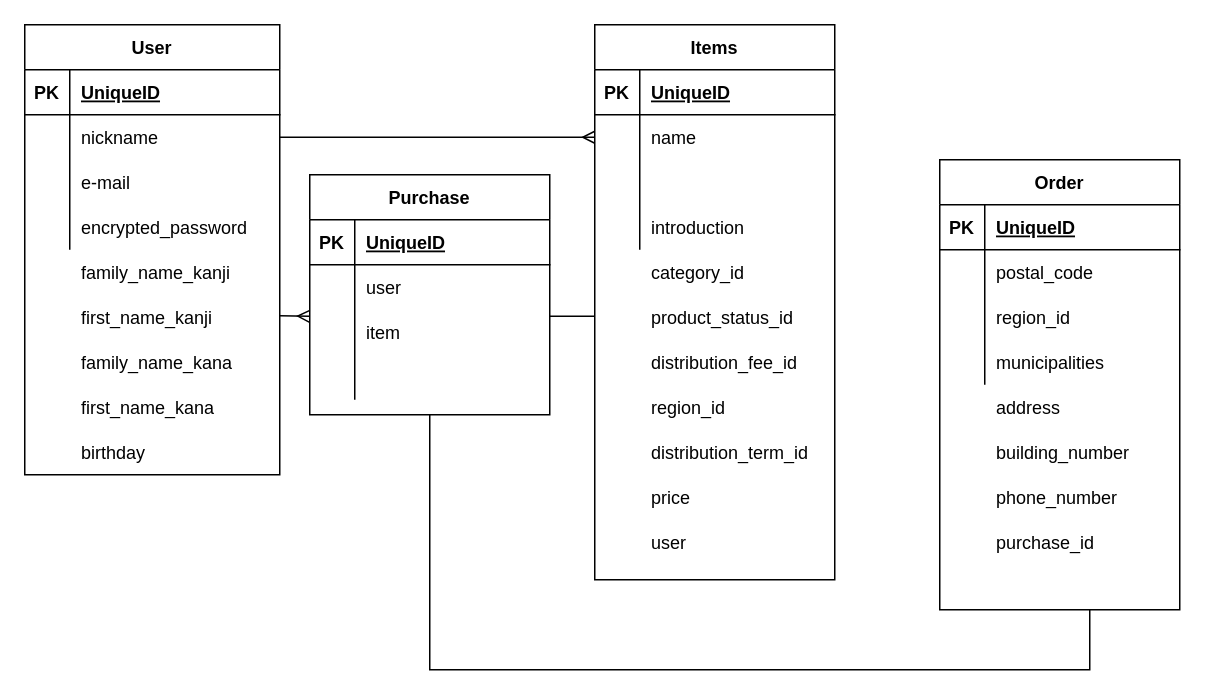
Above: furima.dio in kammy0603/furima-30941 (draw.io), before the change. Source tidied: cells renumbered, new cells numbered last; positions are measured from the earlier drawing's top-left corner, leaving out a move shared by most shapes. Both pictures are drawn from the tidied source at 150%, with x=0, y=0 at pixel (24, 24).
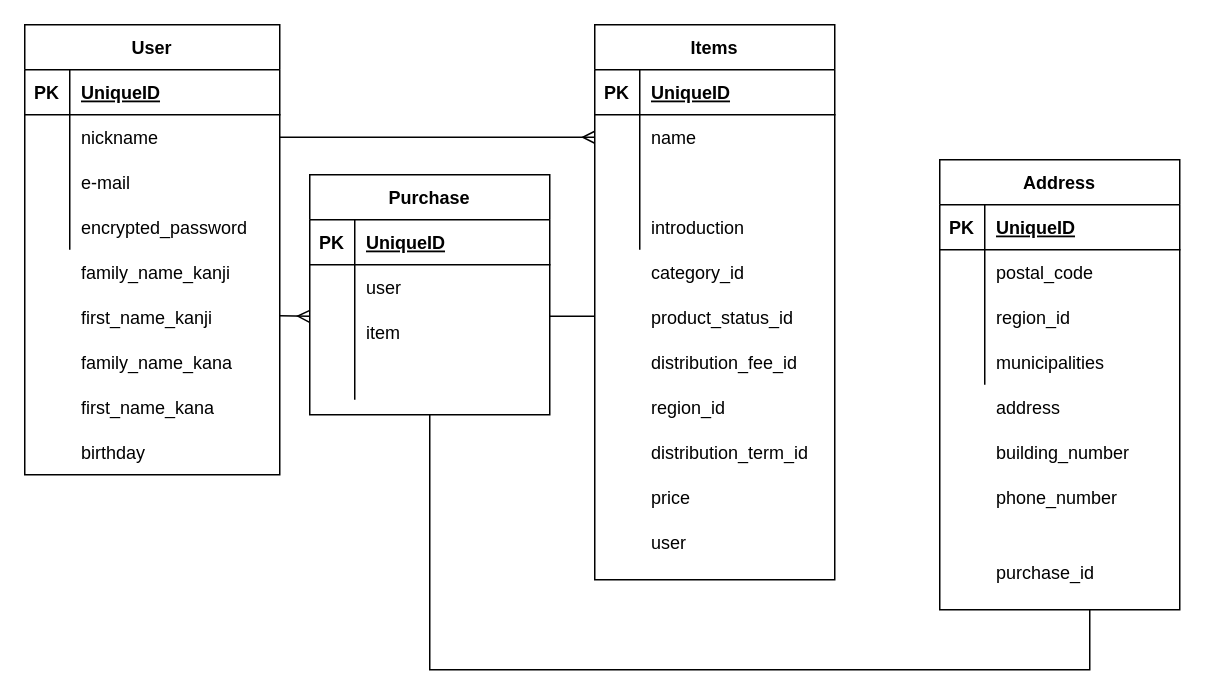
The same diagram, later.

Change to the diagram source:
```diff
@@
-    <mxCell id="50" value="Order" style="shape=table;startSize=30;childLayout=tableLayout;rowLines=0;fontStyle=1;align=center;" parent="1" vertex="1">
+    <mxCell id="50" value="Address" style="shape=table;startSize=30;childLayout=tableLayout;rowLines=0;fontStyle=1;align=center;" parent="1" vertex="1">
       <mxGeometry x="610" y="90" width="160" height="300" as="geometry" />
     </mxCell>
@@
     <mxCell id="95" value="purchase_id" style="shape=partialRectangle;fillColor=none;top=0;left=0;bottom=0;right=0;align=left;spacingLeft=6;overflow=hidden;" parent="1" vertex="1">
-      <mxGeometry x="640" y="320" width="130" height="50" as="geometry" />
+      <mxGeometry x="640" y="340" width="130" height="50" as="geometry" />
     </mxCell>
```
